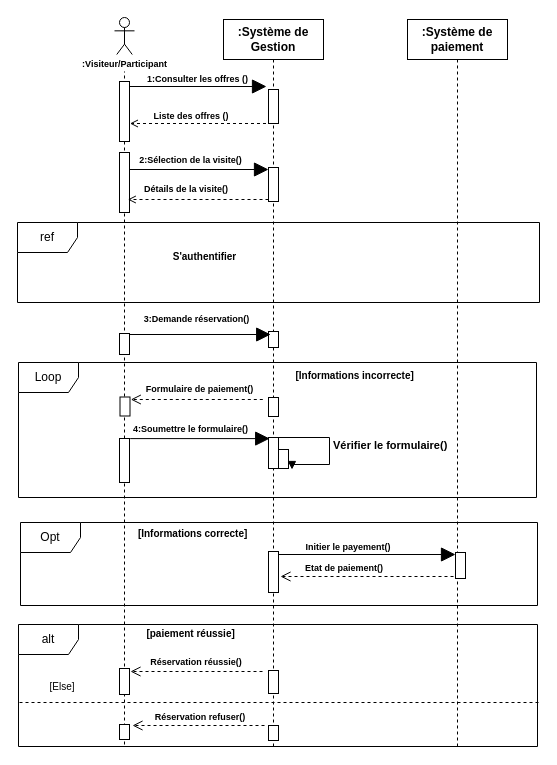
louis-fresnel99/TpGasaL1 keeps this draw.io diagram as Diagramme sans nom.drawio. Above is the earlier version. Source tidied: cells renumbered, new cells numbered last; positions are measured from the earlier drawing's top-left corner, leaving out a move shared by most shapes. Both pictures are drawn from the tidied source at 100%, with x=0, y=0 at pixel (17, 17).
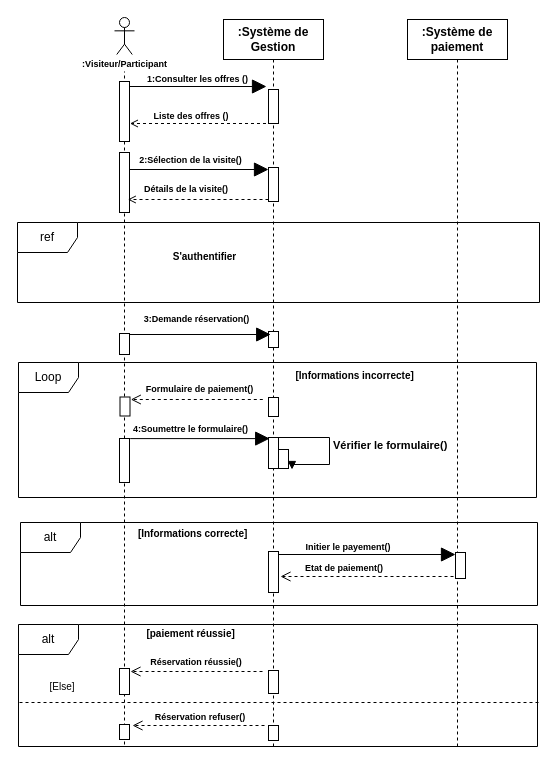
After the change.

Commit message:
Mettre à jour Diagramme sans nom.drawio

The edit, as a diff of the source:
```diff
@@
-    <mxCell id="51" value="Opt" style="shape=umlFrame;whiteSpace=wrap;html=1;" parent="1" vertex="1">
+    <mxCell id="51" value="alt" style="shape=umlFrame;whiteSpace=wrap;html=1;" parent="1" vertex="1">
       <mxGeometry x="3" y="505" width="517" height="83" as="geometry" />
     </mxCell>
```
